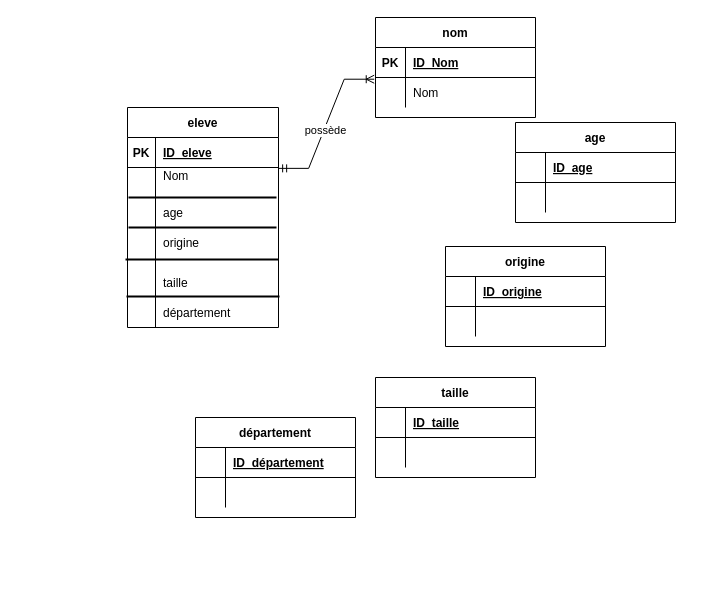
Earlier version of the draw.io diagram eleve.drawio (Bruce-69/BTS2-CIEL-IR-MCD-2024-2025). Source tidied: cells renumbered, new cells numbered last; positions are measured from the earlier drawing's top-left corner, leaving out a move shared by most shapes. Both pictures are drawn from the tidied source at 100%, with x=0, y=0 at pixel (125, 17).
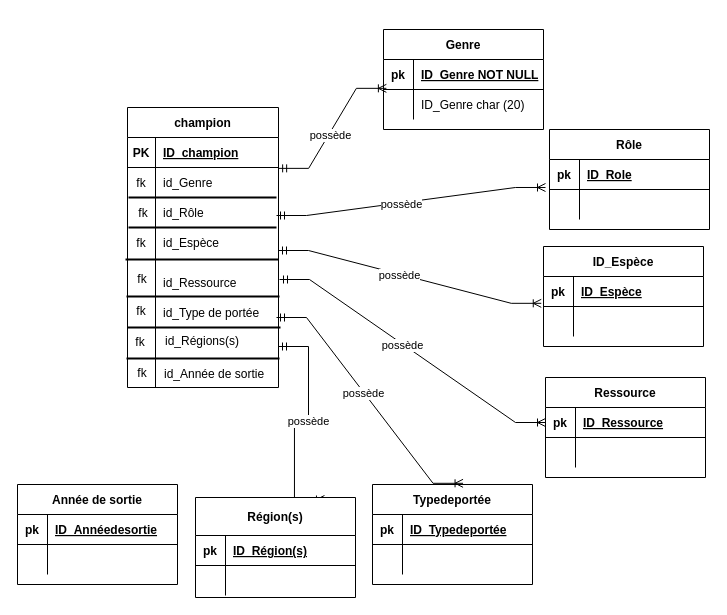
The same page after the edit.

Commit message:
Mettre à jour eleve.drawio

Unchanged cells that the change refers to:
```xml
<mxCell id="3" style="shape=partialRectangle;fillColor=none;top=0;left=0;right=0;bottom=1;" parent="2" vertex="1">
  <mxGeometry y="30" width="151" height="30" as="geometry" />
</mxCell>
<mxCell id="6" style="shape=partialRectangle;fillColor=none;points=[[0,0.5],[1,0.5]];portConstraint=eastwest;top=0;left=0;right=0;bottom=0;" parent="2" vertex="1">
  <mxGeometry y="60" width="151" height="30" as="geometry" />
</mxCell>
<mxCell id="10" style="shape=partialRectangle;fillColor=none;points=[[0,0.5],[1,0.5]];portConstraint=eastwest;top=0;left=0;right=0;bottom=1;" parent="9" vertex="1">
  <mxGeometry y="30" width="160" height="30" as="geometry" />
</mxCell>
<mxCell id="13" style="shape=partialRectangle;fillColor=none;points=[[0,0.5],[1,0.5]];portConstraint=eastwest;top=0;left=0;right=0;bottom=0;" parent="9" vertex="1">
  <mxGeometry y="60" width="160" height="30" as="geometry" />
</mxCell>
<mxCell id="28" style="shape=partialRectangle;fillColor=none;points=[[0,0.5],[1,0.5]];portConstraint=eastwest;top=0;left=0;right=0;bottom=1;" parent="27" vertex="1">
  <mxGeometry y="30" width="160" height="30" as="geometry" />
</mxCell>
<mxCell id="35" style="shape=partialRectangle;fillColor=none;top=0;left=0;right=0;bottom=1;" parent="34" vertex="1">
  <mxGeometry y="30" width="160" height="30" as="geometry" />
</mxCell>
<mxCell id="38" style="shape=partialRectangle;fillColor=none;points=[[0,0.5],[1,0.5]];portConstraint=eastwest;top=0;left=0;right=0;bottom=0;" parent="34" vertex="1">
  <mxGeometry y="60" width="160" height="30" as="geometry" />
</mxCell>
<mxCell id="42" style="shape=partialRectangle;fillColor=none;points=[[0,0.5],[1,0.5]];portConstraint=eastwest;top=0;left=0;right=0;bottom=1;" parent="41" vertex="1">
  <mxGeometry y="30" width="160" height="30" as="geometry" />
</mxCell>
<mxCell id="49" style="shape=partialRectangle;fillColor=none;top=0;left=0;right=0;bottom=1;" parent="48" vertex="1">
  <mxGeometry y="30" width="160" height="30" as="geometry" />
</mxCell>
```

Diff of the diagram source:
```diff
@@
-    <mxCell id="2" value="eleve" style="shape=table;startSize=30;childLayout=tableLayout;rowLines=0;fontStyle=1;align=center;" parent="1" vertex="1">
-      <mxGeometry x="2" y="90" width="151" height="220" as="geometry" />
+    <mxCell id="2" value="champion" style="shape=table;startSize=30;childLayout=tableLayout;rowLines=0;fontStyle=1;align=center;" parent="1" vertex="1">
+      <mxGeometry x="2" y="90" width="151" height="280" as="geometry" />
     </mxCell>
@@
-    <mxCell id="5" value="ID_eleve" style="shape=partialRectangle;overflow=hidden;fillColor=none;top=0;left=0;bottom=0;right=0;align=left;spacingLeft=6;fontStyle=5;" parent="3" vertex="1">
+    <mxCell id="5" value="ID_champion" style="shape=partialRectangle;overflow=hidden;fillColor=none;top=0;left=0;bottom=0;right=0;align=left;spacingLeft=6;fontStyle=5;" parent="3" vertex="1">
       <mxGeometry x="28" width="123" height="30" as="geometry" />
     </mxCell>
@@
-    <mxCell id="7" style="shape=partialRectangle;overflow=hidden;fillColor=none;top=0;left=0;bottom=0;right=0;" parent="6" vertex="1">
+    <mxCell id="7" value="fk" style="shape=partialRectangle;overflow=hidden;fillColor=none;top=0;left=0;bottom=0;right=0;" parent="6" vertex="1">
       <mxGeometry width="28" height="30" as="geometry" />
     </mxCell>
-    <mxCell id="8" value="Nom&#10;" style="shape=partialRectangle;overflow=hidden;fillColor=none;top=0;left=0;bottom=0;right=0;align=left;spacingLeft=6;" parent="6" vertex="1">
+    <mxCell id="8" value="id_Genre" style="shape=partialRectangle;overflow=hidden;fillColor=none;top=0;left=0;bottom=0;right=0;align=left;spacingLeft=6;" parent="6" vertex="1">
       <mxGeometry x="28" width="123" height="30" as="geometry" />
     </mxCell>
-    <mxCell id="9" value="nom" style="shape=table;startSize=30;childLayout=tableLayout;rowLines=0;fontStyle=1;align=center;" parent="1" vertex="1">
-      <mxGeometry x="250" width="160" height="100" as="geometry" />
+    <mxCell id="9" value="Genre" style="shape=table;startSize=30;childLayout=tableLayout;rowLines=0;fontStyle=1;align=center;" parent="1" vertex="1">
+      <mxGeometry x="258" y="12" width="160" height="100" as="geometry" />
     </mxCell>
@@
-    <mxCell id="11" value="PK" style="shape=partialRectangle;overflow=hidden;fillColor=none;top=0;left=0;bottom=0;right=0;fontStyle=1;" parent="10" vertex="1">
+    <mxCell id="11" value="pk" style="shape=partialRectangle;overflow=hidden;fillColor=none;top=0;left=0;bottom=0;right=0;fontStyle=1;" parent="10" vertex="1">
       <mxGeometry width="30" height="30" as="geometry" />
     </mxCell>
-    <mxCell id="12" value="ID_Nom" style="shape=partialRectangle;overflow=hidden;fillColor=none;top=0;left=0;bottom=0;right=0;align=left;spacingLeft=6;fontStyle=5;" parent="10" vertex="1">
+    <mxCell id="12" value="ID_Genre NOT NULL" style="shape=partialRectangle;overflow=hidden;fillColor=none;top=0;left=0;bottom=0;right=0;align=left;spacingLeft=6;fontStyle=5;" parent="10" vertex="1">
       <mxGeometry x="30" width="130" height="30" as="geometry" />
     </mxCell>
@@
-    <mxCell id="15" value="Nom" style="shape=partialRectangle;overflow=hidden;fillColor=none;top=0;left=0;bottom=0;right=0;align=left;spacingLeft=6;" parent="13" vertex="1">
+    <mxCell id="15" value="ID_Genre char (20)" style="shape=partialRectangle;overflow=hidden;fillColor=none;top=0;left=0;bottom=0;right=0;align=left;spacingLeft=6;" parent="13" vertex="1">
       <mxGeometry x="30" width="130" height="30" as="geometry" />
     </mxCell>
-    <mxCell id="16" style="edgeStyle=entityRelationEdgeStyle;fontSize=12;html=1;endArrow=ERoneToMany;startArrow=ERmandOne;rounded=0;exitX=1.001;exitY=0.029;exitDx=0;exitDy=0;exitPerimeter=0;entryX=-0.008;entryY=1.057;entryDx=0;entryDy=0;entryPerimeter=0;" parent="1" edge="1" source="6" target="10">
+    <mxCell id="16" style="edgeStyle=entityRelationEdgeStyle;fontSize=12;html=1;endArrow=ERoneToMany;startArrow=ERmandOne;rounded=0;exitX=1.001;exitY=0.029;exitDx=0;exitDy=0;exitPerimeter=0;entryX=0.018;entryY=-0.039;entryDx=0;entryDy=0;entryPerimeter=0;" parent="1" edge="1" source="6" target="13">
       <mxGeometry relative="1" as="geometry" />
     </mxCell>
@@
-    <mxCell id="18" value="age" style="shape=partialRectangle;overflow=hidden;fillColor=none;top=0;left=0;bottom=0;right=0;align=left;spacingLeft=6;" parent="1" vertex="1">
+    <mxCell id="18" value="id_Rôle" style="shape=partialRectangle;overflow=hidden;fillColor=none;top=0;left=0;bottom=0;right=0;align=left;spacingLeft=6;" parent="1" vertex="1">
       <mxGeometry x="30" y="180" width="121" height="30" as="geometry" />
     </mxCell>
-    <mxCell id="19" value="origine" style="shape=partialRectangle;overflow=hidden;fillColor=none;top=0;left=0;bottom=0;right=0;align=left;spacingLeft=6;" parent="1" vertex="1">
+    <mxCell id="19" value="id_Espèce" style="shape=partialRectangle;overflow=hidden;fillColor=none;top=0;left=0;bottom=0;right=0;align=left;spacingLeft=6;" parent="1" vertex="1">
       <mxGeometry x="30" y="210" width="121" height="30" as="geometry" />
     </mxCell>
-    <mxCell id="20" value="taille" style="shape=partialRectangle;overflow=hidden;fillColor=none;top=0;left=0;bottom=0;right=0;align=left;spacingLeft=6;" parent="1" vertex="1">
+    <mxCell id="20" value="id_Ressource" style="shape=partialRectangle;overflow=hidden;fillColor=none;top=0;left=0;bottom=0;right=0;align=left;spacingLeft=6;" parent="1" vertex="1">
       <mxGeometry x="30" y="250" width="121" height="30" as="geometry" />
     </mxCell>
-    <mxCell id="21" value="département" style="shape=partialRectangle;overflow=hidden;fillColor=none;top=0;left=0;bottom=0;right=0;align=left;spacingLeft=6;" parent="1" vertex="1">
+    <mxCell id="21" value="id_Type de portée" style="shape=partialRectangle;overflow=hidden;fillColor=none;top=0;left=0;bottom=0;right=0;align=left;spacingLeft=6;" parent="1" vertex="1">
       <mxGeometry x="30" y="280" width="121" height="30" as="geometry" />
     </mxCell>
@@
     <mxCell id="26" style="endArrow=none;html=1;rounded=0;" parent="1" edge="1">
       <mxGeometry relative="1" as="geometry">
-        <mxPoint x="30" y="310" as="sourcePoint" />
+        <mxPoint x="30" y="370" as="sourcePoint" />
         <mxPoint x="30" y="175" as="targetPoint" />
       </mxGeometry>
     </mxCell>
-    <mxCell id="27" value="age" style="shape=table;startSize=30;childLayout=tableLayout;rowLines=0;fontStyle=1;align=center;" parent="1" vertex="1">
-      <mxGeometry x="390" y="105" width="160" height="100" as="geometry" />
+    <mxCell id="27" value="Rôle" style="shape=table;startSize=30;childLayout=tableLayout;rowLines=0;fontStyle=1;align=center;" parent="1" vertex="1">
+      <mxGeometry x="424" y="112" width="160" height="100" as="geometry" />
     </mxCell>
@@
-    <mxCell id="29" style="shape=partialRectangle;overflow=hidden;fillColor=none;top=0;left=0;bottom=0;right=0;fontStyle=1;" parent="28" vertex="1">
+    <mxCell id="29" value="pk" style="shape=partialRectangle;overflow=hidden;fillColor=none;top=0;left=0;bottom=0;right=0;fontStyle=1;" parent="28" vertex="1">
       <mxGeometry width="30" height="30" as="geometry" />
     </mxCell>
-    <mxCell id="30" value="ID_age" style="shape=partialRectangle;overflow=hidden;fillColor=none;top=0;left=0;bottom=0;right=0;align=left;spacingLeft=6;fontStyle=5;" parent="28" vertex="1">
+    <mxCell id="30" value="ID_Role" style="shape=partialRectangle;overflow=hidden;fillColor=none;top=0;left=0;bottom=0;right=0;align=left;spacingLeft=6;fontStyle=5;" parent="28" vertex="1">
       <mxGeometry x="30" width="130" height="30" as="geometry" />
     </mxCell>
@@
-    <mxCell id="34" value="origine" style="shape=table;startSize=30;childLayout=tableLayout;rowLines=0;fontStyle=1;align=center;" parent="1" vertex="1">
-      <mxGeometry x="320" y="229" width="160" height="100" as="geometry" />
+    <mxCell id="34" value="ID_Espèce" style="shape=table;startSize=30;childLayout=tableLayout;rowLines=0;fontStyle=1;align=center;" parent="1" vertex="1">
+      <mxGeometry x="418" y="229" width="160" height="100" as="geometry" />
     </mxCell>
@@
-    <mxCell id="36" style="shape=partialRectangle;overflow=hidden;fillColor=none;top=0;left=0;bottom=0;right=0;fontStyle=1;" parent="35" vertex="1">
+    <mxCell id="36" value="pk" style="shape=partialRectangle;overflow=hidden;fillColor=none;top=0;left=0;bottom=0;right=0;fontStyle=1;" parent="35" vertex="1">
       <mxGeometry width="30" height="30" as="geometry" />
     </mxCell>
-    <mxCell id="37" value="ID_origine" style="shape=partialRectangle;overflow=hidden;fillColor=none;top=0;left=0;bottom=0;right=0;align=left;spacingLeft=6;fontStyle=5;" parent="35" vertex="1">
+    <mxCell id="37" value="ID_Espèce" style="shape=partialRectangle;overflow=hidden;fillColor=none;top=0;left=0;bottom=0;right=0;align=left;spacingLeft=6;fontStyle=5;" parent="35" vertex="1">
       <mxGeometry x="30" width="130" height="30" as="geometry" />
     </mxCell>
@@
-    <mxCell id="41" value="taille" style="shape=table;startSize=30;childLayout=tableLayout;rowLines=0;fontStyle=1;align=center;" parent="1" vertex="1">
-      <mxGeometry x="250" y="360" width="160" height="100" as="geometry" />
+    <mxCell id="41" value="Ressource" style="shape=table;startSize=30;childLayout=tableLayout;rowLines=0;fontStyle=1;align=center;" parent="1" vertex="1">
+      <mxGeometry x="420" y="360" width="160" height="100" as="geometry" />
     </mxCell>
@@
-    <mxCell id="43" style="shape=partialRectangle;overflow=hidden;fillColor=none;top=0;left=0;bottom=0;right=0;fontStyle=1;" parent="42" vertex="1">
+    <mxCell id="43" value="pk" style="shape=partialRectangle;overflow=hidden;fillColor=none;top=0;left=0;bottom=0;right=0;fontStyle=1;" parent="42" vertex="1">
       <mxGeometry width="30" height="30" as="geometry" />
     </mxCell>
-    <mxCell id="44" value="ID_taille" style="shape=partialRectangle;overflow=hidden;fillColor=none;top=0;left=0;bottom=0;right=0;align=left;spacingLeft=6;fontStyle=5;" parent="42" vertex="1">
+    <mxCell id="44" value="ID_Ressource" style="shape=partialRectangle;overflow=hidden;fillColor=none;top=0;left=0;bottom=0;right=0;align=left;spacingLeft=6;fontStyle=5;" parent="42" vertex="1">
       <mxGeometry x="30" width="130" height="30" as="geometry" />
     </mxCell>
@@
-    <mxCell id="48" value="département" style="shape=table;startSize=30;childLayout=tableLayout;rowLines=0;fontStyle=1;align=center;" parent="1" vertex="1">
-      <mxGeometry x="70" y="400" width="160" height="100" as="geometry" />
+    <mxCell id="48" value="Typedeportée" style="shape=table;startSize=30;childLayout=tableLayout;rowLines=0;fontStyle=1;align=center;" parent="1" vertex="1">
+      <mxGeometry x="247" y="467" width="160" height="100" as="geometry" />
     </mxCell>
@@
-    <mxCell id="50" style="shape=partialRectangle;overflow=hidden;fillColor=none;top=0;left=0;bottom=0;right=0;fontStyle=1;" parent="49" vertex="1">
+    <mxCell id="50" value="pk" style="shape=partialRectangle;overflow=hidden;fillColor=none;top=0;left=0;bottom=0;right=0;fontStyle=1;" parent="49" vertex="1">
       <mxGeometry width="30" height="30" as="geometry" />
     </mxCell>
-    <mxCell id="51" value="ID_département" style="shape=partialRectangle;overflow=hidden;fillColor=none;top=0;left=0;bottom=0;right=0;align=left;spacingLeft=6;fontStyle=5;" parent="49" vertex="1">
+    <mxCell id="51" value="ID_Typedeportée" style="shape=partialRectangle;overflow=hidden;fillColor=none;top=0;left=0;bottom=0;right=0;align=left;spacingLeft=6;fontStyle=5;" parent="49" vertex="1">
       <mxGeometry x="30" width="130" height="30" as="geometry" />
     </mxCell>
@@
+    <mxCell id="55" style="line;strokeWidth=2;html=1;" parent="1" vertex="1">
+      <mxGeometry x="2" y="305" width="153" height="10" as="geometry" />
+    </mxCell>
+    <mxCell id="56" style="line;strokeWidth=2;html=1;" parent="1" vertex="1">
+      <mxGeometry x="1" y="336" width="153" height="10" as="geometry" />
+    </mxCell>
+    <mxCell id="57" value="Année de sortie" style="shape=table;startSize=30;childLayout=tableLayout;rowLines=0;fontStyle=1;align=center;" parent="1" vertex="1">
+      <mxGeometry x="-108" y="467" width="160" height="100" as="geometry" />
+    </mxCell>
+    <mxCell id="58" style="shape=partialRectangle;fillColor=none;top=0;left=0;right=0;bottom=1;" parent="57" vertex="1">
+      <mxGeometry y="30" width="160" height="30" as="geometry" />
+    </mxCell>
+    <mxCell id="59" value="pk" style="shape=partialRectangle;overflow=hidden;fillColor=none;top=0;left=0;bottom=0;right=0;fontStyle=1;" parent="58" vertex="1">
+      <mxGeometry width="30" height="30" as="geometry" />
+    </mxCell>
+    <mxCell id="60" value="ID_Annéedesortie" style="shape=partialRectangle;overflow=hidden;fillColor=none;top=0;left=0;bottom=0;right=0;align=left;spacingLeft=6;fontStyle=5;" parent="58" vertex="1">
+      <mxGeometry x="30" width="130" height="30" as="geometry" />
+    </mxCell>
+    <mxCell id="61" style="shape=partialRectangle;fillColor=none;top=0;left=0;right=0;bottom=0;" parent="57" vertex="1">
+      <mxGeometry y="60" width="160" height="30" as="geometry" />
+    </mxCell>
+    <mxCell id="62" style="shape=partialRectangle;overflow=hidden;fillColor=none;top=0;left=0;bottom=0;right=0;" parent="61" vertex="1">
+      <mxGeometry width="30" height="30" as="geometry" />
+    </mxCell>
+    <mxCell id="63" style="shape=partialRectangle;overflow=hidden;fillColor=none;top=0;left=0;bottom=0;right=0;align=left;spacingLeft=6;" parent="61" vertex="1">
+      <mxGeometry x="30" width="130" height="30" as="geometry" />
+    </mxCell>
+    <mxCell id="64" value="id_Régions(s)" style="shape=partialRectangle;overflow=hidden;fillColor=none;top=0;left=0;bottom=0;right=0;align=left;spacingLeft=6;" parent="1" vertex="1">
+      <mxGeometry x="32" y="308" width="121" height="30" as="geometry" />
+    </mxCell>
+    <mxCell id="65" value="id_Année de sortie" style="shape=partialRectangle;overflow=hidden;fillColor=none;top=0;left=0;bottom=0;right=0;align=left;spacingLeft=6;" parent="1" vertex="1">
+      <mxGeometry x="31" y="341" width="121" height="30" as="geometry" />
+    </mxCell>
+    <mxCell id="66" style="edgeStyle=entityRelationEdgeStyle;fontSize=12;html=1;endArrow=ERoneToMany;startArrow=ERmandOne;rounded=0;exitX=1.001;exitY=0.029;exitDx=0;exitDy=0;exitPerimeter=0;entryX=-0.025;entryY=0.933;entryDx=0;entryDy=0;entryPerimeter=0;" parent="1" edge="1" target="28">
+      <mxGeometry relative="1" as="geometry">
+        <mxPoint x="151" y="198" as="sourcePoint" />
+        <Array as="points">
+          <mxPoint x="160" y="173" />
+          <mxPoint x="160" y="183" />
+        </Array>
+      </mxGeometry>
+    </mxCell>
+    <mxCell id="67" value="possède" style="edgeLabel;html=1;align=center;verticalAlign=middle;" parent="66" vertex="1">
+      <mxGeometry x="-0.08" y="-1" relative="1" as="geometry" />
+    </mxCell>
+    <mxCell id="68" style="edgeStyle=entityRelationEdgeStyle;fontSize=12;html=1;endArrow=ERoneToMany;startArrow=ERmandOne;rounded=0;exitX=1.001;exitY=0.029;exitDx=0;exitDy=0;exitPerimeter=0;entryX=-0.014;entryY=-0.106;entryDx=0;entryDy=0;entryPerimeter=0;" parent="1" edge="1" target="38">
+      <mxGeometry relative="1" as="geometry">
+        <mxPoint x="153" y="233" as="sourcePoint" />
+        <Array as="points">
+          <mxPoint x="162" y="208" />
+          <mxPoint x="162" y="218" />
+        </Array>
+      </mxGeometry>
+    </mxCell>
+    <mxCell id="69" value="possède" style="edgeLabel;html=1;align=center;verticalAlign=middle;" parent="68" vertex="1">
+      <mxGeometry x="-0.08" y="-1" relative="1" as="geometry" />
+    </mxCell>
+    <mxCell id="70" style="edgeStyle=entityRelationEdgeStyle;fontSize=12;html=1;endArrow=ERoneToMany;startArrow=ERmandOne;rounded=0;exitX=1.001;exitY=0.029;exitDx=0;exitDy=0;exitPerimeter=0;entryX=0;entryY=0.5;entryDx=0;entryDy=0;" parent="1" edge="1" target="42">
+      <mxGeometry relative="1" as="geometry">
+        <mxPoint x="154" y="262" as="sourcePoint" />
+        <Array as="points">
+          <mxPoint x="163" y="237" />
+          <mxPoint x="163" y="247" />
+        </Array>
+      </mxGeometry>
+    </mxCell>
+    <mxCell id="71" value="possède" style="edgeLabel;html=1;align=center;verticalAlign=middle;" parent="70" vertex="1">
+      <mxGeometry x="-0.08" y="-1" relative="1" as="geometry" />
+    </mxCell>
+    <mxCell id="72" style="edgeStyle=entityRelationEdgeStyle;fontSize=12;html=1;endArrow=ERoneToMany;startArrow=ERmandOne;rounded=0;exitX=1.001;exitY=0.029;exitDx=0;exitDy=0;exitPerimeter=0;entryX=0.566;entryY=-0.012;entryDx=0;entryDy=0;entryPerimeter=0;" parent="1" edge="1" target="48">
+      <mxGeometry relative="1" as="geometry">
+        <mxPoint x="151" y="300" as="sourcePoint" />
+        <Array as="points">
+          <mxPoint x="160" y="275" />
+          <mxPoint x="160" y="285" />
+        </Array>
+      </mxGeometry>
+    </mxCell>
+    <mxCell id="73" value="possède" style="edgeLabel;html=1;align=center;verticalAlign=middle;" parent="72" vertex="1">
+      <mxGeometry x="-0.08" y="-1" relative="1" as="geometry" />
+    </mxCell>
+    <mxCell id="74" style="edgeStyle=entityRelationEdgeStyle;fontSize=12;html=1;endArrow=ERoneToMany;startArrow=ERmandOne;rounded=0;exitX=1.001;exitY=0.029;exitDx=0;exitDy=0;exitPerimeter=0;entryX=0.806;entryY=0.02;entryDx=0;entryDy=0;entryPerimeter=0;" parent="1" edge="1" target="76">
+      <mxGeometry relative="1" as="geometry">
+        <mxPoint x="153" y="329" as="sourcePoint" />
+        <Array as="points">
+          <mxPoint x="162" y="304" />
+          <mxPoint x="162" y="314" />
+          <mxPoint x="170" y="460" />
+          <mxPoint x="190" y="440" />
+          <mxPoint x="160" y="470" />
+        </Array>
+      </mxGeometry>
+    </mxCell>
+    <mxCell id="75" value="possède" style="edgeLabel;html=1;align=center;verticalAlign=middle;" parent="74" vertex="1">
+      <mxGeometry x="-0.08" y="-1" relative="1" as="geometry" />
+    </mxCell>
+    <mxCell id="76" value="Région(s)" style="shape=table;startSize=38;childLayout=tableLayout;rowLines=0;fontStyle=1;align=center;" parent="1" vertex="1">
+      <mxGeometry x="70" y="480" width="160" height="100" as="geometry" />
+    </mxCell>
+    <mxCell id="77" style="shape=partialRectangle;fillColor=none;top=0;left=0;right=0;bottom=1;" parent="76" vertex="1">
+      <mxGeometry y="38" width="160" height="30" as="geometry" />
+    </mxCell>
+    <mxCell id="78" value="pk" style="shape=partialRectangle;overflow=hidden;fillColor=none;top=0;left=0;bottom=0;right=0;fontStyle=1;" parent="77" vertex="1">
+      <mxGeometry width="30" height="30" as="geometry" />
+    </mxCell>
+    <mxCell id="79" value="ID_Région(s)" style="shape=partialRectangle;overflow=hidden;fillColor=none;top=0;left=0;bottom=0;right=0;align=left;spacingLeft=6;fontStyle=5;" parent="77" vertex="1">
+      <mxGeometry x="30" width="130" height="30" as="geometry" />
+    </mxCell>
+    <mxCell id="80" style="shape=partialRectangle;fillColor=none;top=0;left=0;right=0;bottom=0;" parent="76" vertex="1">
+      <mxGeometry y="68" width="160" height="30" as="geometry" />
+    </mxCell>
+    <mxCell id="81" style="shape=partialRectangle;overflow=hidden;fillColor=none;top=0;left=0;bottom=0;right=0;" parent="80" vertex="1">
+      <mxGeometry width="30" height="30" as="geometry" />
+    </mxCell>
+    <mxCell id="82" style="shape=partialRectangle;overflow=hidden;fillColor=none;top=0;left=0;bottom=0;right=0;align=left;spacingLeft=6;" parent="80" vertex="1">
+      <mxGeometry x="30" width="130" height="30" as="geometry" />
+    </mxCell>
+    <mxCell id="83" value="fk" style="shape=partialRectangle;overflow=hidden;fillColor=none;top=0;left=0;bottom=0;right=0;" parent="1" vertex="1">
+      <mxGeometry x="4" y="180" width="28" height="30" as="geometry" />
+    </mxCell>
+    <mxCell id="84" value="fk" style="shape=partialRectangle;overflow=hidden;fillColor=none;top=0;left=0;bottom=0;right=0;" parent="1" vertex="1">
+      <mxGeometry x="3" y="340" width="28" height="30" as="geometry" />
+    </mxCell>
+    <mxCell id="85" value="fk" style="shape=partialRectangle;overflow=hidden;fillColor=none;top=0;left=0;bottom=0;right=0;" parent="1" vertex="1">
+      <mxGeometry x="1" y="309" width="28" height="30" as="geometry" />
+    </mxCell>
+    <mxCell id="86" value="fk" style="shape=partialRectangle;overflow=hidden;fillColor=none;top=0;left=0;bottom=0;right=0;" parent="1" vertex="1">
+      <mxGeometry x="2" y="278" width="28" height="30" as="geometry" />
+    </mxCell>
+    <mxCell id="87" value="fk" style="shape=partialRectangle;overflow=hidden;fillColor=none;top=0;left=0;bottom=0;right=0;" parent="1" vertex="1">
+      <mxGeometry x="3" y="246" width="28" height="30" as="geometry" />
+    </mxCell>
+    <mxCell id="88" value="fk" style="shape=partialRectangle;overflow=hidden;fillColor=none;top=0;left=0;bottom=0;right=0;" parent="1" vertex="1">
+      <mxGeometry x="2" y="210" width="28" height="30" as="geometry" />
+    </mxCell>
```
